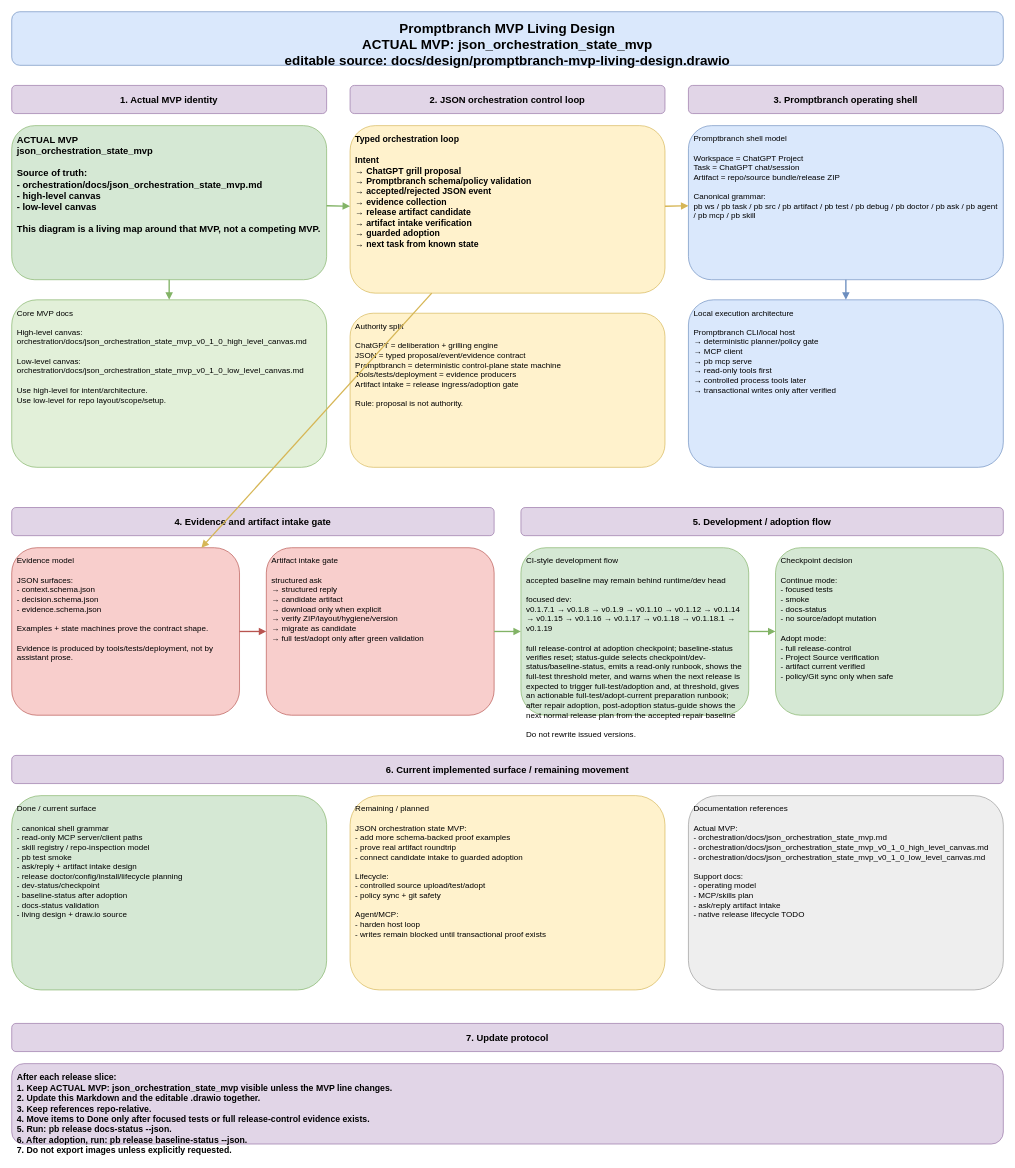
spikkie/promptbranch keeps this draw.io diagram as docs/design/promptbranch-mvp-living-design.drawio. Above is the earlier version. Source tidied: cells renumbered, new cells numbered last; positions are measured from the earlier drawing's top-left corner, leaving out a move shared by most shapes. Both pictures are drawn from the tidied source at 67%, with x=0, y=0 at pixel (11, 11).
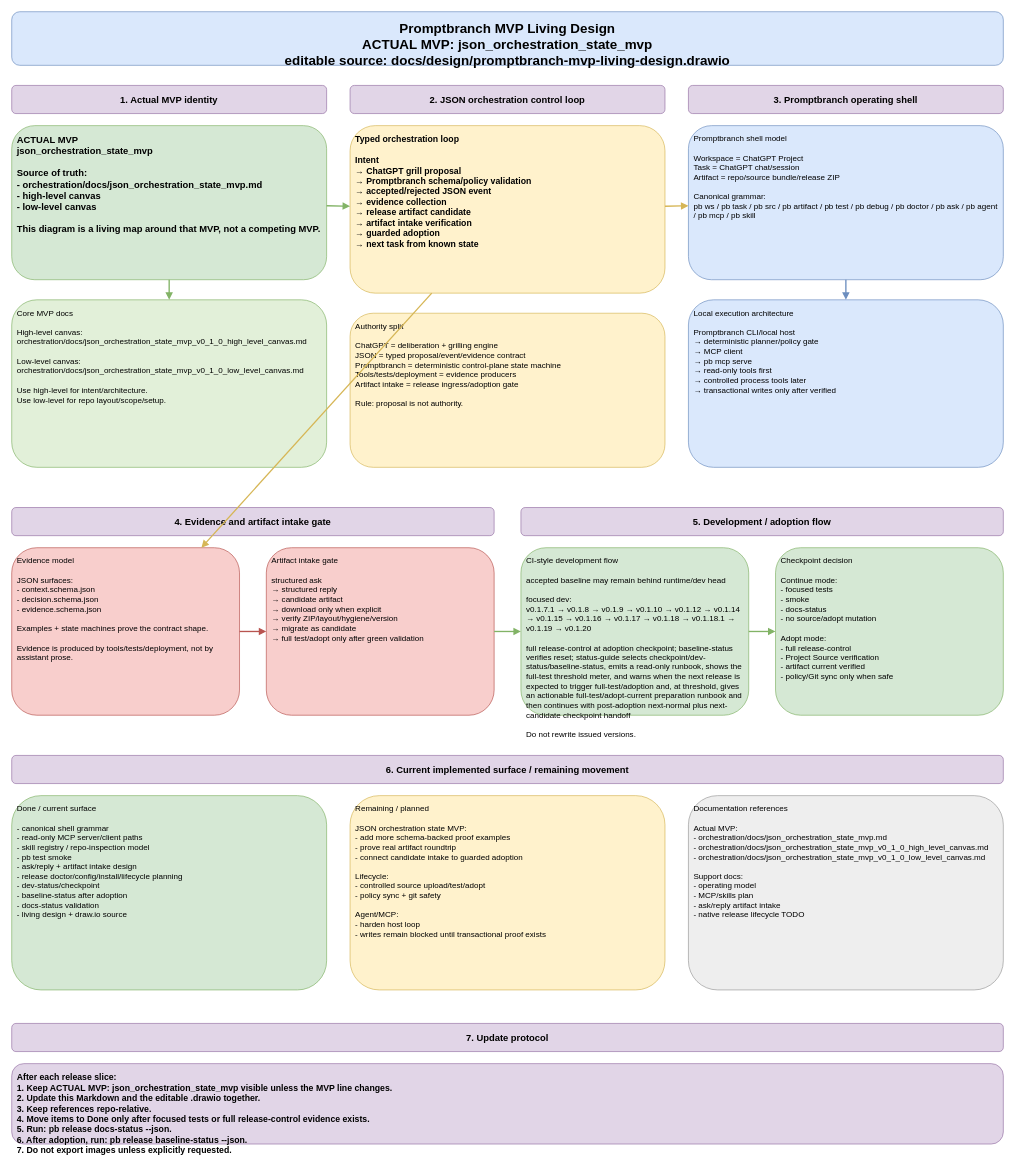
Above is the later version.

What changed in the source:
```diff
@@
-    <mxCell id="20" value="CI-style development flow&#10;&#10;accepted baseline may remain behind runtime/dev head&#10;&#10;focused dev:&#10;v0.1.7.1 → v0.1.8 → v0.1.9 → v0.1.10 → v0.1.12 → v0.1.14 → v0.1.15 → v0.1.16 → v0.1.17 → v0.1.18 → v0.1.18.1 → v0.1.19&#10;&#10;full release-control at adoption checkpoint; baseline-status verifies reset; status-guide selects checkpoint/dev-status/baseline-status, emits a read-only runbook, shows the full-test threshold meter, and warns when the next release is expected to trigger full-test/adoption and, at threshold, gives an actionable full-test/adopt-current preparation runbook; after repair adoption, post-adoption status-guide shows the next normal release plan from the accepted repair baseline&#10;&#10;Do not rewrite issued versions." style="rounded=1;whiteSpace=wrap;html=1;fillColor=#d5e8d4;strokeColor=#82b366;fontSize=12;align=left;verticalAlign=top;spacing=8;" parent="1" vertex="1">
+    <mxCell id="20" value="CI-style development flow&#10;&#10;accepted baseline may remain behind runtime/dev head&#10;&#10;focused dev:&#10;v0.1.7.1 → v0.1.8 → v0.1.9 → v0.1.10 → v0.1.12 → v0.1.14 → v0.1.15 → v0.1.16 → v0.1.17 → v0.1.18 → v0.1.18.1 → v0.1.19 → v0.1.20&#10;&#10;full release-control at adoption checkpoint; baseline-status verifies reset; status-guide selects checkpoint/dev-status/baseline-status, emits a read-only runbook, shows the full-test threshold meter, and warns when the next release is expected to trigger full-test/adoption and, at threshold, gives an actionable full-test/adopt-current preparation runbook and then continues with post-adoption next-normal plus next-candidate checkpoint handoff&#10;&#10;Do not rewrite issued versions." style="rounded=1;whiteSpace=wrap;html=1;fillColor=#d5e8d4;strokeColor=#82b366;fontSize=12;align=left;verticalAlign=top;spacing=8;" parent="1" vertex="1">
       <mxGeometry x="760" y="800" width="340" height="250" as="geometry" />
     </mxCell>
```
